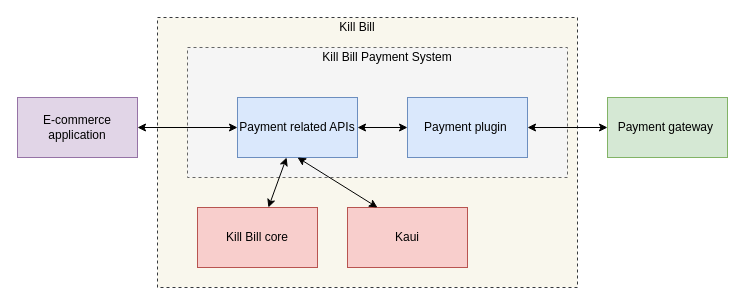
This is page "Payment_system_overview" (4 of 4) of userguide/assets/Payment_userguide.drawio from killbill/killbill-docs, a draw.io file, before an edit. Source tidied: cells renumbered, new cells numbered last; positions are measured from the earlier drawing's top-left corner, leaving out a move shared by most shapes. Both pictures are drawn from the tidied source at 100%, with x=0, y=0 at pixel (17, 17).
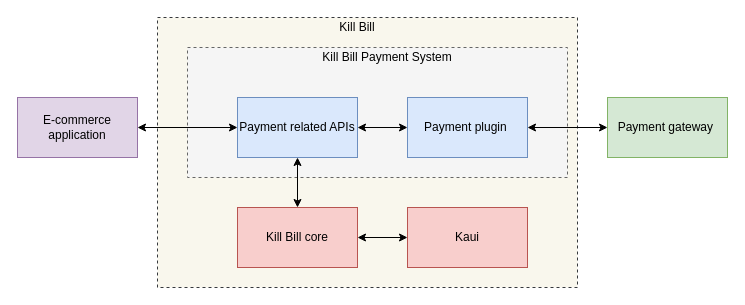
Above is the later version.

Diff of the diagram source:
```diff
@@
 <mxGraphModel>
   <root>
     <mxCell id="0" />
     <mxCell id="1" parent="0" />
     <mxCell id="2" style="rounded=0;whiteSpace=wrap;html=1;dashed=1;fillColor=#f9f7ed;strokeColor=#36393d;" parent="1" vertex="1">
       <mxGeometry x="140" width="420" height="270" as="geometry" />
     </mxCell>
     <mxCell id="3" style="rounded=0;whiteSpace=wrap;html=1;dashed=1;fillColor=#f5f5f5;strokeColor=#666666;fontColor=#333333;" parent="1" vertex="1">
       <mxGeometry x="170" y="30" width="380" height="130" as="geometry" />
     </mxCell>
     <mxCell id="4" value="Payment related APIs" style="rounded=0;whiteSpace=wrap;html=1;fillColor=#dae8fc;strokeColor=#6c8ebf;" parent="1" vertex="1">
       <mxGeometry x="220" y="80" width="120" height="60" as="geometry" />
     </mxCell>
     <mxCell id="5" value="Payment plugin&amp;nbsp;" style="rounded=0;whiteSpace=wrap;html=1;fillColor=#dae8fc;strokeColor=#6c8ebf;" parent="1" vertex="1">
       <mxGeometry x="390" y="80" width="120" height="60" as="geometry" />
     </mxCell>
     <mxCell id="6" value="E-commerce application" style="rounded=0;whiteSpace=wrap;html=1;fillColor=#e1d5e7;strokeColor=#9673a6;" parent="1" vertex="1">
       <mxGeometry y="80" width="120" height="60" as="geometry" />
     </mxCell>
     <mxCell id="7" value="Kill Bill Payment System" style="text;html=1;strokeColor=none;fillColor=none;align=center;verticalAlign=middle;whiteSpace=wrap;rounded=0;" parent="1" vertex="1">
       <mxGeometry x="290" y="30" width="160" height="20" as="geometry" />
     </mxCell>
     <mxCell id="8" style="endArrow=classic;startArrow=classic;html=1;exitX=1;exitY=0.5;exitDx=0;exitDy=0;" parent="1" edge="1" source="5">
       <mxGeometry relative="1" as="geometry">
         <mxPoint x="590" y="110" as="targetPoint" />
       </mxGeometry>
     </mxCell>
     <mxCell id="9" value="Payment gateway&amp;nbsp;" style="rounded=0;whiteSpace=wrap;html=1;fillColor=#d5e8d4;strokeColor=#82b366;" parent="1" vertex="1">
       <mxGeometry x="590" y="80" width="120" height="60" as="geometry" />
     </mxCell>
     <mxCell id="10" style="endArrow=classic;startArrow=classic;html=1;exitX=1;exitY=0.5;exitDx=0;exitDy=0;entryX=0;entryY=0.5;entryDx=0;entryDy=0;" parent="1" edge="1" source="4" target="5">
       <mxGeometry relative="1" as="geometry" />
     </mxCell>
     <mxCell id="11" style="endArrow=classic;startArrow=classic;html=1;exitX=1;exitY=0.5;exitDx=0;exitDy=0;entryX=0;entryY=0.5;entryDx=0;entryDy=0;" parent="1" edge="1" source="6" target="4">
       <mxGeometry relative="1" as="geometry" />
     </mxCell>
     <mxCell id="12" value="Kill Bill core" style="rounded=0;whiteSpace=wrap;html=1;fillColor=#f8cecc;strokeColor=#b85450;" parent="1" vertex="1">
-      <mxGeometry x="180" y="190" width="120" height="60" as="geometry" />
+      <mxGeometry x="220" y="190" width="120" height="60" as="geometry" />
     </mxCell>
     <mxCell id="13" value="Kaui" style="rounded=0;whiteSpace=wrap;html=1;fillColor=#f8cecc;strokeColor=#b85450;" parent="1" vertex="1">
-      <mxGeometry x="330" y="190" width="120" height="60" as="geometry" />
+      <mxGeometry x="390" y="190" width="120" height="60" as="geometry" />
     </mxCell>
     <mxCell id="14" style="endArrow=classic;startArrow=classic;html=1;" parent="1" edge="1" source="12" target="4">
       <mxGeometry relative="1" as="geometry" />
     </mxCell>
-    <mxCell id="15" style="endArrow=classic;startArrow=classic;html=1;entryX=0.25;entryY=0;entryDx=0;entryDy=0;exitX=0.5;exitY=1;exitDx=0;exitDy=0;" parent="1" edge="1" source="4" target="13">
+    <mxCell id="15" style="endArrow=classic;startArrow=classic;html=1;entryX=0;entryY=0.5;entryDx=0;entryDy=0;exitX=1;exitY=0.5;exitDx=0;exitDy=0;" parent="1" edge="1" source="12" target="13">
       <mxGeometry relative="1" as="geometry" />
     </mxCell>
     <mxCell id="16" value="Kill Bill" style="text;html=1;strokeColor=none;fillColor=none;align=center;verticalAlign=middle;whiteSpace=wrap;rounded=0;dashed=1;" parent="1" vertex="1">
       <mxGeometry x="320" width="40" height="20" as="geometry" />
     </mxCell>
   </root>
 </mxGraphModel>
```
